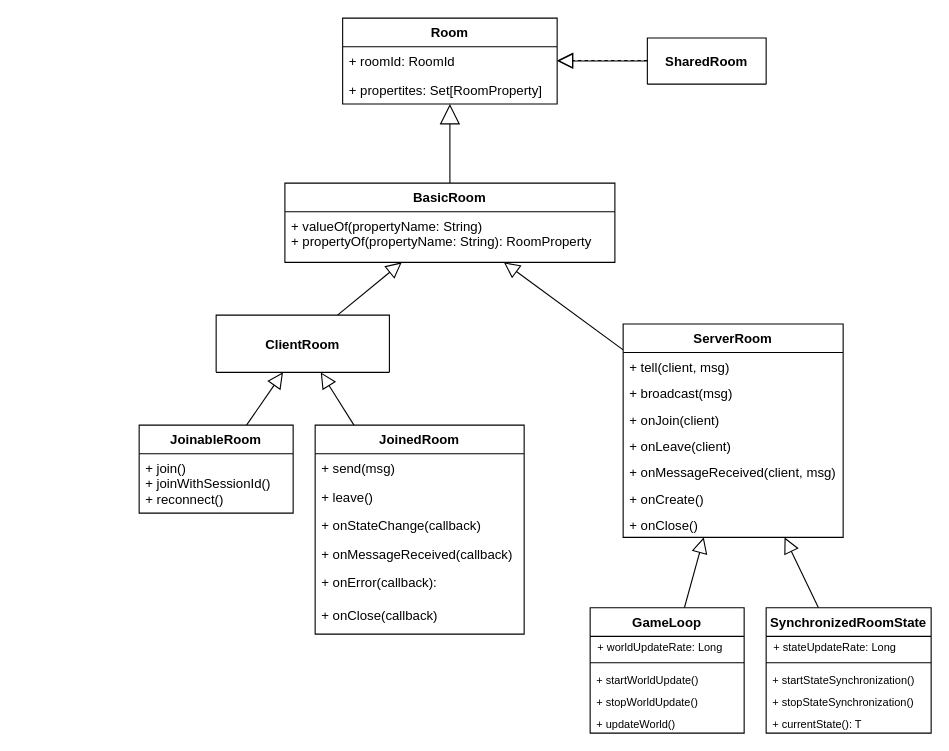
Earlier version of the draw.io diagram page "detailed" (1 of 4) of doc/diagrams/common/room/room-class.drawio (StefanoSalvatori/PPS-18-scala-omg). Source tidied: cells renumbered, new cells numbered last; positions are measured from the earlier drawing's top-left corner, leaving out a move shared by most shapes. Both pictures are drawn from the tidied source at 110%, with x=0, y=0 at pixel (139, 18).
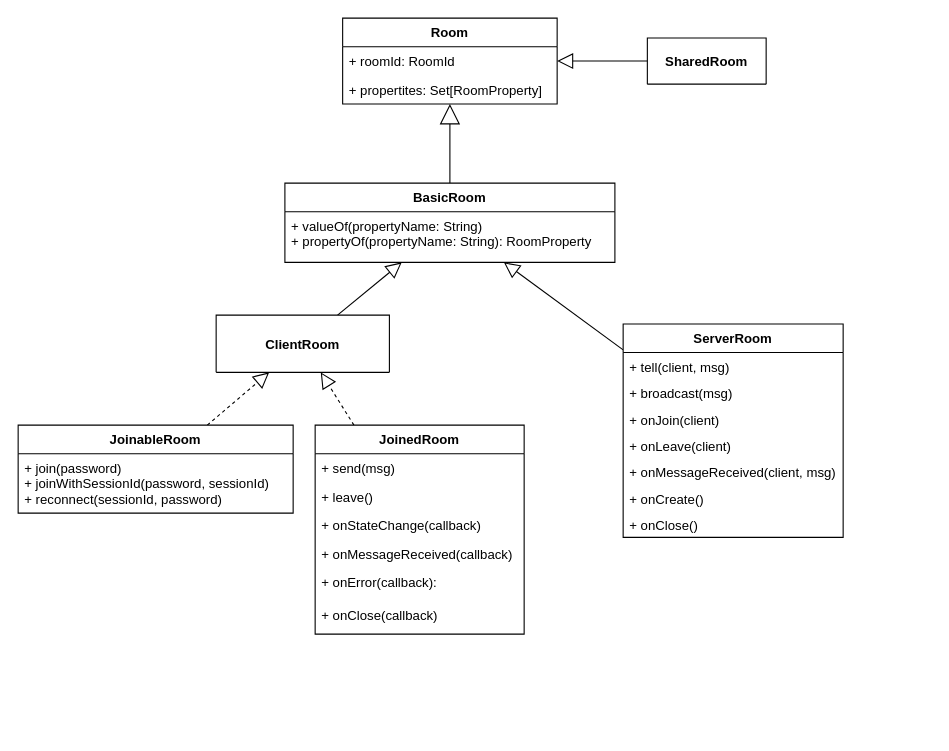
After the change.

Commit message (it also covers changes not shown here):
doc: final comments, room design

Unchanged cells that the change refers to:
```xml
<mxCell id="13" value="ServerRoom" style="swimlane;fontStyle=1;align=center;verticalAlign=top;horizontal=1;startSize=26;labelBackgroundColor=#ffffff;fillColor=#ffffff;" parent="1" vertex="1">
  <mxGeometry x="440" y="278" width="200" height="194" as="geometry" />
</mxCell>
<mxCell id="29" value="ClientRoom" style="swimlane;fontStyle=1;align=center;verticalAlign=middle;horizontal=1;startSize=52;" parent="1" vertex="1">
  <mxGeometry x="70" y="270" width="157.5" height="52" as="geometry" />
</mxCell>
<mxCell id="30" value="JoinedRoom" style="swimlane;fontStyle=1;align=center;verticalAlign=top;horizontal=1;startSize=26;" parent="1" vertex="1">
  <mxGeometry x="160" y="370" width="190" height="190" as="geometry" />
</mxCell>
```

Diff of the diagram source:
```diff
@@
-    <mxCell id="3" style="endArrow=block;endFill=0;endSize=12;html=1;" parent="1" edge="1" source="36" target="29">
+    <mxCell id="3" style="endArrow=block;endFill=0;endSize=12;html=1;dashed=1;" parent="1" edge="1" source="36" target="29">
       <mxGeometry relative="1" as="geometry" />
     </mxCell>
@@
-    <mxCell id="7" style="edgeStyle=none;rounded=0;jettySize=auto;html=1;startSize=8;endArrow=block;endFill=0;endSize=12;" parent="1" edge="1" source="30" target="29">
+    <mxCell id="7" style="edgeStyle=none;rounded=0;jettySize=auto;html=1;startSize=8;endArrow=block;endFill=0;endSize=12;dashed=1;" parent="1" edge="1" source="30" target="29">
       <mxGeometry relative="1" as="geometry" />
     </mxCell>
@@
-    <mxCell id="21" style="edgeStyle=none;rounded=0;jettySize=auto;html=1;startSize=8;endArrow=block;endFill=0;endSize=12;fontSize=12;" parent="1" edge="1" source="38" target="13">
-      <mxGeometry relative="1" as="geometry" />
-    </mxCell>
-    <mxCell id="22" style="edgeStyle=none;rounded=0;jettySize=auto;html=1;startSize=8;endArrow=block;endFill=0;endSize=12;fontSize=12;" parent="1" edge="1" source="23" target="13">
-      <mxGeometry relative="1" as="geometry" />
-    </mxCell>
-    <mxCell id="23" value="SynchronizedRoomState" style="swimlane;fontStyle=1;align=center;verticalAlign=top;horizontal=1;startSize=26;labelBackgroundColor=none;" parent="1" vertex="1">
-      <mxGeometry x="570" y="536" width="150" height="114" as="geometry" />
-    </mxCell>
-    <mxCell id="24" value="+ stateUpdateRate: Long" style="text;strokeColor=none;fillColor=none;align=left;verticalAlign=middle;spacingLeft=5;spacingRight=4;overflow=hidden;spacing=2;fontSize=10;" parent="23" vertex="1">
-      <mxGeometry y="26" width="150" height="20" as="geometry" />
-    </mxCell>
-    <mxCell id="25" style="line;strokeWidth=1;fillColor=none;align=left;verticalAlign=middle;spacingTop=-1;spacingLeft=3;spacingRight=3;labelPosition=right;" parent="23" vertex="1">
-      <mxGeometry y="46" width="150" height="8" as="geometry" />
-    </mxCell>
-    <mxCell id="26" value="+ startStateSynchronization()" style="text;strokeColor=none;fillColor=none;align=left;verticalAlign=top;spacingLeft=4;spacingRight=4;overflow=hidden;fontSize=10;" parent="23" vertex="1">
-      <mxGeometry y="54" width="150" height="20" as="geometry" />
-    </mxCell>
-    <mxCell id="27" value="+ stopStateSynchronization()" style="text;strokeColor=none;fillColor=none;align=left;verticalAlign=top;spacingLeft=4;spacingRight=4;overflow=hidden;fontSize=10;" parent="23" vertex="1">
-      <mxGeometry y="74" width="150" height="20" as="geometry" />
-    </mxCell>
-    <mxCell id="28" value="+ currentState(): T" style="text;strokeColor=none;fillColor=none;align=left;verticalAlign=top;spacingLeft=4;spacingRight=4;overflow=hidden;fontSize=10;" parent="23" vertex="1">
-      <mxGeometry y="94" width="150" height="20" as="geometry" />
-    </mxCell>
@@
     <mxCell id="36" value="JoinableRoom" style="swimlane;fontStyle=1;align=center;verticalAlign=top;horizontal=1;startSize=26;" parent="1" vertex="1">
-      <mxGeometry y="370" width="140" height="80" as="geometry" />
+      <mxGeometry x="-110" y="370" width="250" height="80" as="geometry" />
     </mxCell>
-    <mxCell id="37" value="+ join()&#10;+ joinWithSessionId()&#10;+ reconnect()&#10;&#10;" style="text;strokeColor=none;fillColor=none;align=left;verticalAlign=top;spacingLeft=4;spacingRight=4;overflow=hidden;" parent="36" vertex="1">
-      <mxGeometry y="26" width="140" height="54" as="geometry" />
+    <mxCell id="37" value="+ join(password)&#10;+ joinWithSessionId(password, sessionId)&#10;+ reconnect(sessionId, password)&#10;&#10;" style="text;strokeColor=none;fillColor=none;align=left;verticalAlign=top;spacingLeft=4;spacingRight=4;overflow=hidden;" parent="36" vertex="1">
+      <mxGeometry y="26" width="250" height="54" as="geometry" />
     </mxCell>
-    <mxCell id="38" value="GameLoop" style="swimlane;fontStyle=1;align=center;verticalAlign=top;horizontal=1;startSize=26;labelBackgroundColor=none;" parent="1" vertex="1">
-      <mxGeometry x="410" y="536" width="140" height="114" as="geometry" />
-    </mxCell>
-    <mxCell id="39" value="+ worldUpdateRate: Long" style="text;strokeColor=none;fillColor=none;align=left;verticalAlign=middle;spacingLeft=5;spacingRight=4;overflow=hidden;spacing=2;fontSize=10;" parent="38" vertex="1">
-      <mxGeometry y="26" width="140" height="20" as="geometry" />
-    </mxCell>
-    <mxCell id="40" style="line;strokeWidth=1;fillColor=none;align=left;verticalAlign=middle;spacingTop=-1;spacingLeft=3;spacingRight=3;labelPosition=right;" parent="38" vertex="1">
-      <mxGeometry y="46" width="140" height="8" as="geometry" />
-    </mxCell>
-    <mxCell id="41" value="+ startWorldUpdate()" style="text;strokeColor=none;fillColor=none;align=left;verticalAlign=top;spacingLeft=4;spacingRight=4;overflow=hidden;fontSize=10;" parent="38" vertex="1">
-      <mxGeometry y="54" width="140" height="20" as="geometry" />
-    </mxCell>
-    <mxCell id="42" value="+ stopWorldUpdate()" style="text;strokeColor=none;fillColor=none;align=left;verticalAlign=top;spacingLeft=4;spacingRight=4;overflow=hidden;fontSize=10;" parent="38" vertex="1">
-      <mxGeometry y="74" width="140" height="20" as="geometry" />
-    </mxCell>
-    <mxCell id="43" value="+ updateWorld()" style="text;strokeColor=none;fillColor=none;align=left;verticalAlign=top;spacingLeft=4;spacingRight=4;overflow=hidden;fontSize=10;" parent="38" vertex="1">
-      <mxGeometry y="94" width="140" height="20" as="geometry" />
-    </mxCell>
@@
-    <mxCell id="46" style="edgeStyle=none;rounded=0;orthogonalLoop=1;jettySize=auto;html=1;startSize=8;endArrow=block;endFill=0;endSize=12;fontSize=12;dashed=1;" parent="1" edge="1">
-      <mxGeometry relative="1" as="geometry">
-        <mxPoint x="462" y="38.5" as="sourcePoint" />
-        <mxPoint x="380" y="38.5" as="targetPoint" />
-      </mxGeometry>
-    </mxCell>
```
